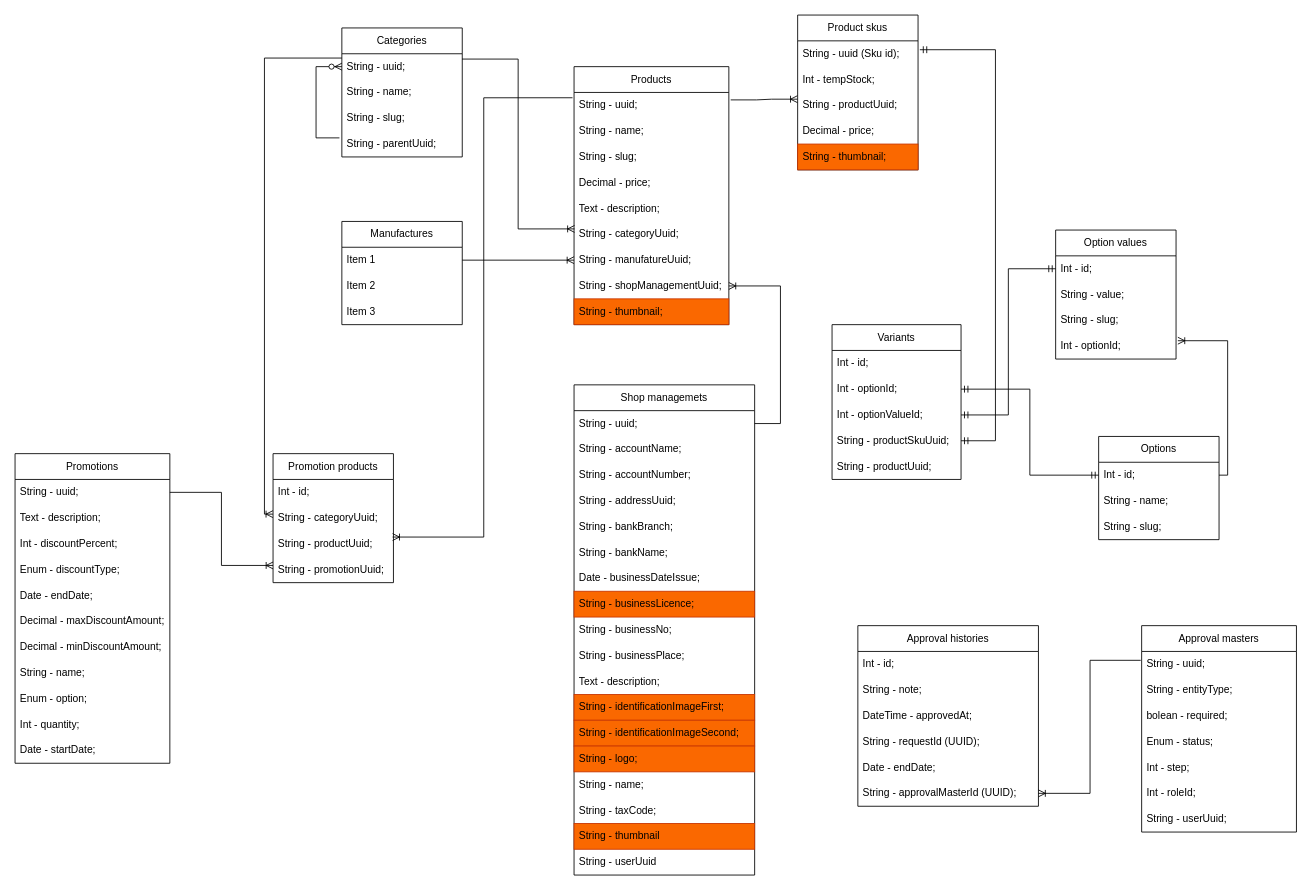
Above: page "Product service entity" (3 of 8) of Microservice_clothing_shop.drawio in hoang2912002/e-commerce (draw.io), before the change. Source tidied: cells renumbered, new cells numbered last; positions are measured from the earlier drawing's top-left corner, leaving out a move shared by most shapes. Both pictures are drawn from the tidied source at 86%, with x=0, y=0 at pixel (15, 15).
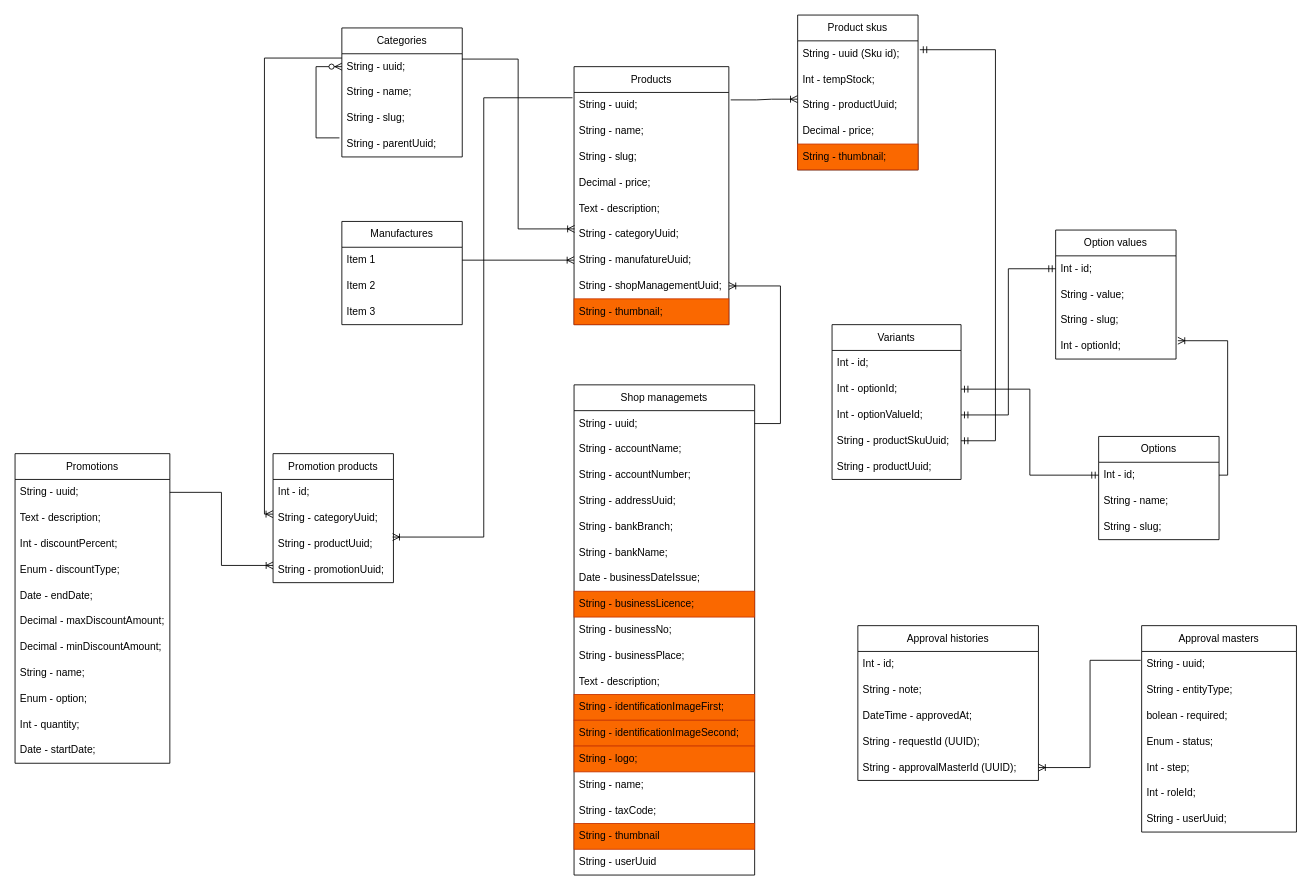
The same page after the edit.

What changed in the source:
```diff
@@
     <mxCell id="98" value="Approval histories" style="swimlane;fontStyle=0;horizontal=1;startSize=30;whiteSpace=wrap;html=1;" parent="1" vertex="1">
-      <mxGeometry x="980" y="710" width="210" height="210" as="geometry" />
+      <mxGeometry x="980" y="710" width="210" height="180" as="geometry" />
     </mxCell>
@@
-    <mxCell id="103" value="Date - endDate;" style="text;strokeColor=none;fillColor=none;align=left;verticalAlign=middle;spacingLeft=4;spacingRight=4;overflow=hidden;whiteSpace=wrap;html=1;" parent="98" vertex="1">
-      <mxGeometry y="150" width="210" height="30" as="geometry" />
-    </mxCell>
     <mxCell id="104" value="String - approvalMasterId (UUID);" style="text;strokeColor=none;fillColor=none;align=left;verticalAlign=middle;spacingLeft=4;spacingRight=4;overflow=hidden;points=[[0,0.5],[1,0.5]];portConstraint=eastwest;whiteSpace=wrap;html=1;" parent="98" vertex="1">
-      <mxGeometry y="180" width="210" height="30" as="geometry" />
+      <mxGeometry y="150" width="210" height="30" as="geometry" />
     </mxCell>
```
